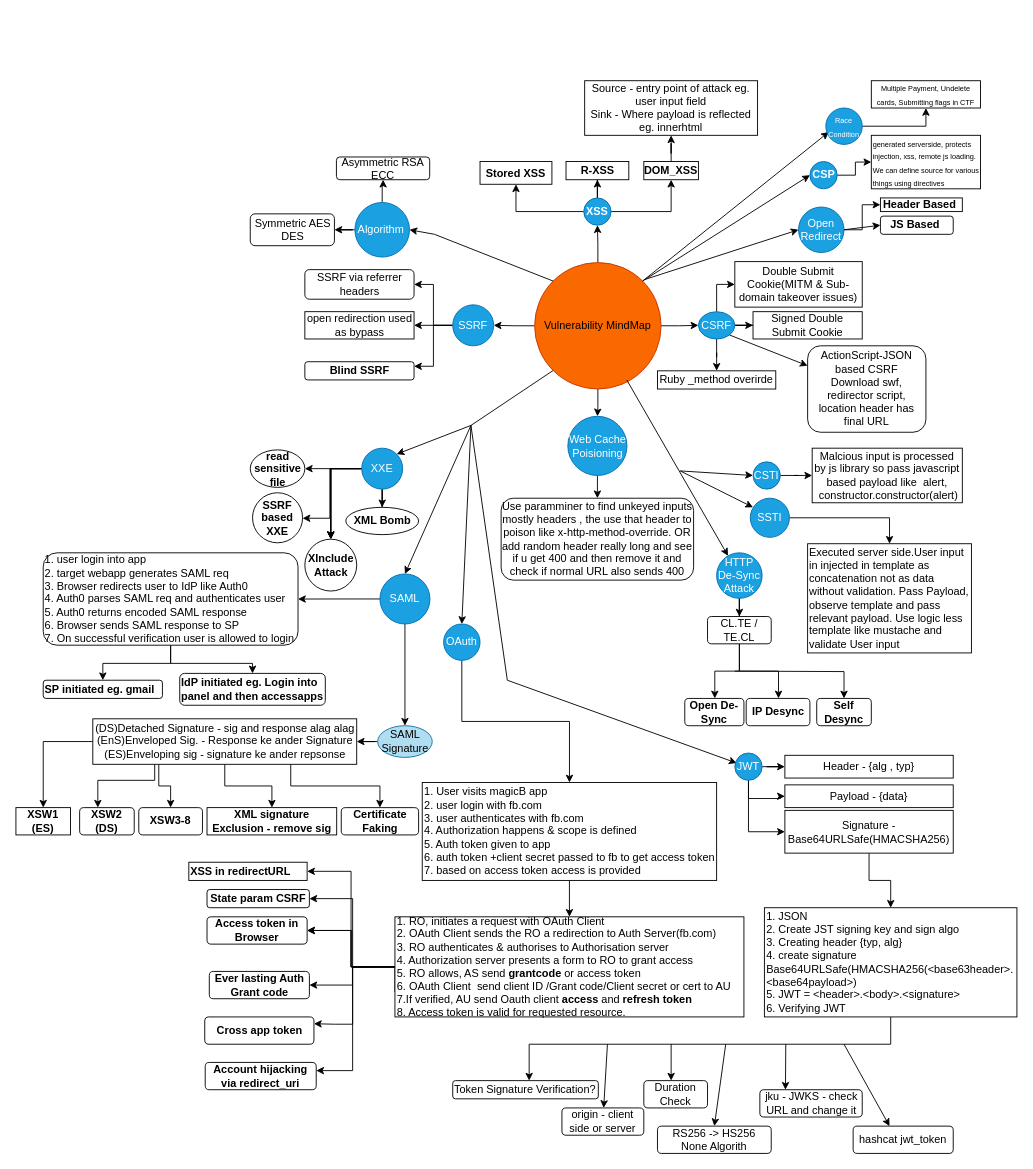
mkpmanish/bounty keeps this draw.io diagram as vulns.drawio. Above is the earlier version. Source tidied: cells renumbered, new cells numbered last; positions are measured from the earlier drawing's top-left corner, leaving out a move shared by most shapes. Both pictures are drawn from the tidied source at 91%, with x=0, y=0 at pixel (15, 80).
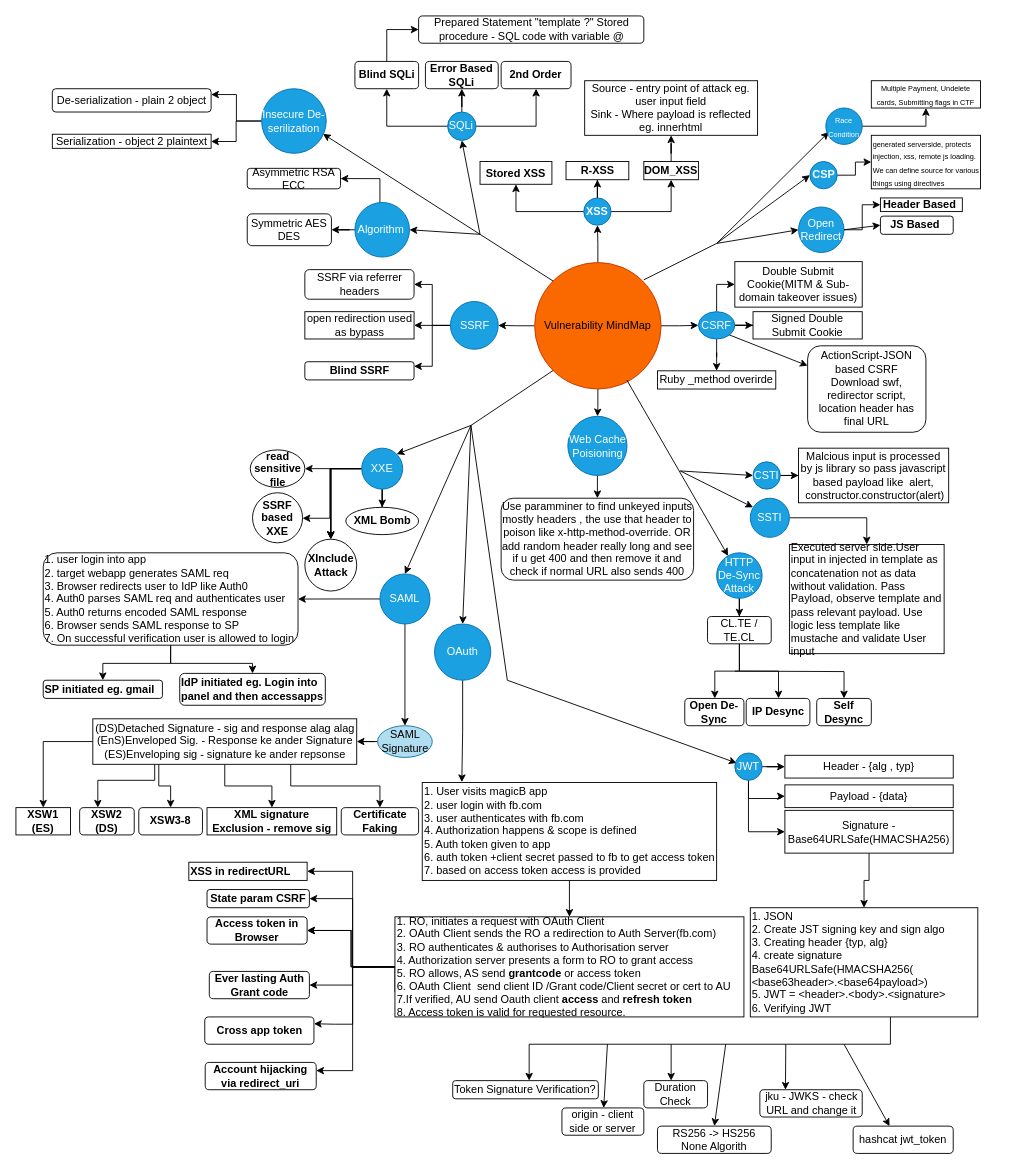
Above is the later version.

Unchanged cells that the change refers to:
```xml
<mxCell id="6" value="Vulnerability MindMap" style="ellipse;whiteSpace=wrap;html=1;fillColor=#fa6800;fontColor=#000000;strokeColor=#C73500;" parent="1" vertex="1">
  <mxGeometry x="570" y="200" width="139" height="139" as="geometry" />
</mxCell>
<mxCell id="27" value="Open Redirect" style="ellipse;whiteSpace=wrap;html=1;fillColor=#1ba1e2;fontColor=#ffffff;strokeColor=#006EAF;" parent="1" vertex="1">
  <mxGeometry x="860" y="139" width="50" height="50" as="geometry" />
</mxCell>
<mxCell id="33" value="&lt;b&gt;CSP&lt;/b&gt;" style="ellipse;whiteSpace=wrap;html=1;fillColor=#1ba1e2;fontColor=#ffffff;strokeColor=#006EAF;" parent="1" vertex="1">
  <mxGeometry x="872.5" y="89" width="30" height="30" as="geometry" />
</mxCell>
<mxCell id="37" value="&lt;font style=&quot;font-size: 8px;&quot;&gt;Race Condition&lt;/font&gt;" style="ellipse;whiteSpace=wrap;html=1;fillColor=#1ba1e2;fontColor=#ffffff;strokeColor=#006EAF;" parent="1" vertex="1">
  <mxGeometry x="890" y="30.2" width="40" height="40" as="geometry" />
</mxCell>
<mxCell id="106" value="1. User visits magicB app&lt;div&gt;2. user login with fb.com&lt;/div&gt;&lt;div&gt;3. user authenticates with fb.com&lt;/div&gt;&lt;div&gt;4. Authorization happens &amp;amp; scope is defined&lt;/div&gt;&lt;div&gt;5. Auth token given to app&lt;/div&gt;&lt;div&gt;6. auth token +client secret passed to fb to get access token&lt;/div&gt;&lt;div&gt;7. based on access token access is provided&lt;/div&gt;" style="whiteSpace=wrap;html=1;align=left;" parent="1" vertex="1">
  <mxGeometry x="446.5" y="771.4" width="323.5" height="107.6" as="geometry" />
</mxCell>
<mxCell id="114" value="1. RO, initiates a request with OAuth Client&lt;div&gt;2. OAuth Client sends the RO a redirection to Auth Server(fb.com)&lt;/div&gt;&lt;div&gt;3. RO authenticates &amp;amp; authorises to Authorisation server&lt;/div&gt;&lt;div&gt;4. Authorization server presents a form to RO to grant access&lt;/div&gt;&lt;div&gt;5. RO allows, AS send &lt;b&gt;grantcode&lt;/b&gt; or access token&lt;/div&gt;&lt;div&gt;6. OAuth Client &amp;nbsp;send client ID /Grant code/Client secret or cert to AU&lt;/div&gt;&lt;div&gt;7.If verified, AU send Oauth client &lt;b&gt;access&lt;/b&gt; and &lt;b&gt;refresh&lt;/b&gt; &lt;b&gt;token&lt;/b&gt;&lt;/div&gt;&lt;div&gt;8. Access token is valid for requested resource.&lt;/div&gt;" style="whiteSpace=wrap;html=1;align=left;" parent="1" vertex="1">
  <mxGeometry x="416.5" y="919" width="383.5" height="110" as="geometry" />
</mxCell>
<mxCell id="115" value="XSS in redirectURL" style="whiteSpace=wrap;html=1;align=left;fontStyle=1;" parent="1" vertex="1">
  <mxGeometry x="190" y="859" width="130" height="20" as="geometry" />
</mxCell>
<mxCell id="146" value="Algorithm&amp;nbsp;" style="ellipse;whiteSpace=wrap;html=1;fillColor=#1ba1e2;fontColor=#ffffff;strokeColor=#006EAF;" parent="1" vertex="1">
  <mxGeometry x="372.5" y="134" width="60" height="60" as="geometry" />
</mxCell>
```

Change to the diagram source:
```diff
@@
     <mxCell id="25" style="endArrow=classic;html=1;rounded=0;entryX=0;entryY=0.5;entryDx=0;entryDy=0;" parent="1" edge="1" target="27">
       <mxGeometry relative="1" as="geometry">
         <mxPoint x="690" y="219" as="sourcePoint" />
+        <Array as="points">
+          <mxPoint x="770" y="179" />
+        </Array>
       </mxGeometry>
     </mxCell>
@@
-    <mxCell id="31" style="endArrow=classic;html=1;rounded=0;exitX=1;exitY=0;exitDx=0;exitDy=0;entryX=0;entryY=0.5;entryDx=0;entryDy=0;" parent="1" edge="1" source="6" target="33">
-      <mxGeometry relative="1" as="geometry" />
+    <mxCell id="31" style="endArrow=classic;html=1;rounded=0;entryX=0;entryY=0.5;entryDx=0;entryDy=0;" parent="1" edge="1" target="33">
+      <mxGeometry relative="1" as="geometry">
+        <mxPoint x="770" y="179" as="sourcePoint" />
+      </mxGeometry>
     </mxCell>
@@
-    <mxCell id="35" style="endArrow=classic;html=1;rounded=0;entryX=0.083;entryY=0.658;entryDx=0;entryDy=0;entryPerimeter=0;exitX=1;exitY=0;exitDx=0;exitDy=0;" parent="1" edge="1" source="6" target="37">
-      <mxGeometry relative="1" as="geometry" />
+    <mxCell id="35" style="endArrow=classic;html=1;rounded=0;entryX=0.083;entryY=0.658;entryDx=0;entryDy=0;entryPerimeter=0;" parent="1" edge="1" target="37">
+      <mxGeometry relative="1" as="geometry">
+        <mxPoint x="770" y="179" as="sourcePoint" />
+      </mxGeometry>
     </mxCell>
@@
     <mxCell id="42" value="SSRF" style="ellipse;whiteSpace=wrap;html=1;fillColor=#1ba1e2;fontColor=#ffffff;strokeColor=#006EAF;" parent="1" vertex="1">
-      <mxGeometry x="480" y="246.5" width="45" height="45" as="geometry" />
+      <mxGeometry x="477.5" y="242.8" width="52.5" height="52.5" as="geometry" />
     </mxCell>
@@
     <mxCell id="62" value="Executed server side.User input in injected in template as concatenation not as data without validation. Pass Payload, observe template and pass relevant payload. Use logic less template like mustache and validate User input" style="whiteSpace=wrap;html=1;align=left;" parent="1" vertex="1">
-      <mxGeometry x="870" y="509" width="180" height="120" as="geometry" />
+      <mxGeometry x="850" y="509.8" width="170" height="120" as="geometry" />
     </mxCell>
@@
     <mxCell id="66" value="Malcious input is processed by js library so pass javascript based payload like &amp;nbsp;alert, &amp;nbsp;constructor.constructor(alert)" style="whiteSpace=wrap;html=1;" parent="1" vertex="1">
-      <mxGeometry x="875" y="404" width="165" height="60" as="geometry" />
+      <mxGeometry x="860" y="404" width="165" height="60" as="geometry" />
     </mxCell>
@@
-    <mxCell id="103" style="edgeStyle=orthogonalEdgeStyle;rounded=0;jettySize=auto;html=1;" parent="1" edge="1" source="104" target="106">
-      <mxGeometry relative="1" as="geometry" />
+    <mxCell id="103" style="edgeStyle=orthogonalEdgeStyle;rounded=0;jettySize=auto;html=1;" parent="1" edge="1" source="104">
+      <mxGeometry relative="1" as="geometry">
+        <mxPoint x="490" y="771" as="targetPoint" />
+      </mxGeometry>
     </mxCell>
     <mxCell id="104" value="OAuth" style="ellipse;whiteSpace=wrap;html=1;fillColor=#1ba1e2;fontColor=#ffffff;strokeColor=#006EAF;" parent="1" vertex="1">
-      <mxGeometry x="470" y="597.2" width="40" height="40" as="geometry" />
+      <mxGeometry x="460" y="597.2" width="61.8" height="61.8" as="geometry" />
     </mxCell>
@@
     <mxCell id="107" style="edgeStyle=orthogonalEdgeStyle;rounded=0;jettySize=auto;html=1;entryX=1;entryY=0.5;entryDx=0;entryDy=0;" parent="1" edge="1" source="114" target="115">
-      <mxGeometry relative="1" as="geometry" />
+      <mxGeometry relative="1" as="geometry">
+        <Array as="points">
+          <mxPoint x="370" y="974" />
+          <mxPoint x="370" y="869" />
+        </Array>
+      </mxGeometry>
     </mxCell>
@@
-    <mxCell id="131" value="1. JSON&lt;div&gt;2. Create JST signing key and sign algo&lt;/div&gt;&lt;div&gt;3. Creating header {typ, alg}&lt;/div&gt;&lt;div&gt;4. create signature Base64URLSafe(HMACSHA256(&amp;lt;base63header&amp;gt;.&amp;lt;base64payload&amp;gt;)&lt;/div&gt;&lt;div&gt;5. JWT = &amp;lt;header&amp;gt;.&amp;lt;body&amp;gt;.&amp;lt;signature&amp;gt;&lt;/div&gt;&lt;div&gt;6. Verifying JWT&lt;/div&gt;" style="whiteSpace=wrap;html=1;align=left;" parent="1" vertex="1">
-      <mxGeometry x="822.5" y="909" width="277.5" height="120" as="geometry" />
+    <mxCell id="131" value="1. JSON&lt;div&gt;2. Create JST signing key and sign algo&lt;/div&gt;&lt;div&gt;3. Creating header {typ, alg}&lt;/div&gt;&lt;div&gt;4. create signature Base64URLSafe(HMACSHA256(&lt;/div&gt;&lt;div&gt;&amp;lt;base63header&amp;gt;.&amp;lt;base64payload&amp;gt;)&lt;/div&gt;&lt;div&gt;5. JWT = &amp;lt;header&amp;gt;.&amp;lt;body&amp;gt;.&amp;lt;signature&amp;gt;&lt;/div&gt;&lt;div&gt;6. Verifying JWT&lt;/div&gt;" style="whiteSpace=wrap;html=1;align=left;" parent="1" vertex="1">
+      <mxGeometry x="807" y="909" width="250" height="120" as="geometry" />
     </mxCell>
@@
     <mxCell id="143" style="endArrow=classic;html=1;rounded=0;exitX=0;exitY=0;exitDx=0;exitDy=0;entryX=1;entryY=0.5;entryDx=0;entryDy=0;" parent="1" edge="1" source="6" target="146">
       <mxGeometry relative="1" as="geometry">
         <Array as="points">
-          <mxPoint x="460" y="169" />
+          <mxPoint x="510" y="169" />
         </Array>
       </mxGeometry>
     </mxCell>
@@
-    <mxCell id="145" style="edgeStyle=orthogonalEdgeStyle;rounded=0;jettySize=auto;html=1;" parent="1" edge="1" source="146" target="148">
-      <mxGeometry relative="1" as="geometry" />
+    <mxCell id="145" style="edgeStyle=orthogonalEdgeStyle;rounded=0;jettySize=auto;html=1;entryX=1;entryY=0.5;entryDx=0;entryDy=0;" parent="1" edge="1" source="146" target="148">
+      <mxGeometry relative="1" as="geometry">
+        <Array as="points">
+          <mxPoint x="400" y="108" />
+        </Array>
+      </mxGeometry>
     </mxCell>
@@
     <mxCell id="147" value="Symmetric AES DES" style="rounded=1;whiteSpace=wrap;html=1;" parent="1" vertex="1">
-      <mxGeometry x="257.5" y="146.5" width="92.5" height="35" as="geometry" />
+      <mxGeometry x="254.2" y="146.5" width="92.5" height="35" as="geometry" />
     </mxCell>
     <mxCell id="148" value="Asymmetric RSA ECC" style="rounded=1;whiteSpace=wrap;html=1;" parent="1" vertex="1">
-      <mxGeometry x="352.2" y="84" width="102.5" height="25" as="geometry" />
+      <mxGeometry x="254.2" y="96.5" width="102.5" height="22.5" as="geometry" />
     </mxCell>
+    <mxCell id="149" style="endArrow=classic;html=1;rounded=0;entryX=0.5;entryY=1;entryDx=0;entryDy=0;" parent="1" edge="1" target="153">
+      <mxGeometry relative="1" as="geometry">
+        <mxPoint x="510" y="169" as="sourcePoint" />
+      </mxGeometry>
+    </mxCell>
+    <mxCell id="150" style="edgeStyle=orthogonalEdgeStyle;rounded=0;jettySize=auto;html=1;" parent="1" edge="1" source="153" target="154">
+      <mxGeometry relative="1" as="geometry" />
+    </mxCell>
+    <mxCell id="151" style="edgeStyle=orthogonalEdgeStyle;rounded=0;jettySize=auto;html=1;entryX=0.5;entryY=1;entryDx=0;entryDy=0;" parent="1" edge="1" source="153" target="156">
+      <mxGeometry relative="1" as="geometry" />
+    </mxCell>
+    <mxCell id="152" style="edgeStyle=orthogonalEdgeStyle;rounded=0;jettySize=auto;html=1;entryX=0.5;entryY=1;entryDx=0;entryDy=0;" parent="1" edge="1" source="153" target="157">
+      <mxGeometry relative="1" as="geometry" />
+    </mxCell>
+    <mxCell id="153" value="SQLi" style="ellipse;whiteSpace=wrap;html=1;fillColor=#1ba1e2;fontColor=#ffffff;strokeColor=#006EAF;" parent="1" vertex="1">
+      <mxGeometry x="474.4" y="34.6" width="31.2" height="31.2" as="geometry" />
+    </mxCell>
+    <mxCell id="154" value="&lt;b&gt;Error Based SQLi&lt;/b&gt;" style="rounded=1;whiteSpace=wrap;html=1;" parent="1" vertex="1">
+      <mxGeometry x="450" y="-21" width="80" height="30" as="geometry" />
+    </mxCell>
+    <mxCell id="155" style="edgeStyle=orthogonalEdgeStyle;rounded=0;jettySize=auto;html=1;entryX=0;entryY=0.5;entryDx=0;entryDy=0;" parent="1" edge="1" source="156" target="158">
+      <mxGeometry relative="1" as="geometry" />
+    </mxCell>
+    <mxCell id="156" value="&lt;b&gt;Blind SQLi&lt;/b&gt;" style="rounded=1;whiteSpace=wrap;html=1;" parent="1" vertex="1">
+      <mxGeometry x="372.5" y="-21" width="70" height="30" as="geometry" />
+    </mxCell>
+    <mxCell id="157" value="&lt;b&gt;2nd Order&lt;/b&gt;" style="rounded=1;whiteSpace=wrap;html=1;" parent="1" vertex="1">
+      <mxGeometry x="533.2" y="-21" width="76.8" height="30" as="geometry" />
+    </mxCell>
+    <mxCell id="158" value="Prepared Statement &quot;template ?&quot; Stored procedure - SQL code with variable @" style="whiteSpace=wrap;html=1;rounded=1;" parent="1" vertex="1">
+      <mxGeometry x="442.5" y="-71" width="247.5" height="30" as="geometry" />
+    </mxCell>
+    <mxCell id="159" style="endArrow=classic;html=1;rounded=0;entryX=0.95;entryY=0.7;entryDx=0;entryDy=0;entryPerimeter=0;" parent="1" edge="1" target="162">
+      <mxGeometry relative="1" as="geometry">
+        <mxPoint x="510" y="169" as="sourcePoint" />
+      </mxGeometry>
+    </mxCell>
+    <mxCell id="160" style="edgeStyle=orthogonalEdgeStyle;rounded=0;jettySize=auto;html=1;" parent="1" edge="1" source="162" target="163">
+      <mxGeometry relative="1" as="geometry">
+        <Array as="points">
+          <mxPoint x="242" y="45" />
+          <mxPoint x="242" y="67" />
+        </Array>
+      </mxGeometry>
+    </mxCell>
+    <mxCell id="161" style="edgeStyle=orthogonalEdgeStyle;rounded=0;jettySize=auto;html=1;entryX=1;entryY=0.25;entryDx=0;entryDy=0;" parent="1" edge="1" source="162" target="164">
+      <mxGeometry relative="1" as="geometry" />
+    </mxCell>
+    <mxCell id="162" value="Insecure De-serilization" style="ellipse;whiteSpace=wrap;html=1;fillColor=#1ba1e2;fontColor=#ffffff;strokeColor=#006EAF;" parent="1" vertex="1">
+      <mxGeometry x="270" y="9" width="71" height="71" as="geometry" />
+    </mxCell>
+    <mxCell id="163" value="Serialization - object 2 plaintext" style="whiteSpace=wrap;html=1;" parent="1" vertex="1">
+      <mxGeometry x="40" y="59" width="174.5" height="15.5" as="geometry" />
+    </mxCell>
+    <mxCell id="164" value="De-serialization - plain 2 object" style="rounded=1;whiteSpace=wrap;html=1;" parent="1" vertex="1">
+      <mxGeometry x="40" y="9" width="174.5" height="25.6" as="geometry" />
+    </mxCell>
```
